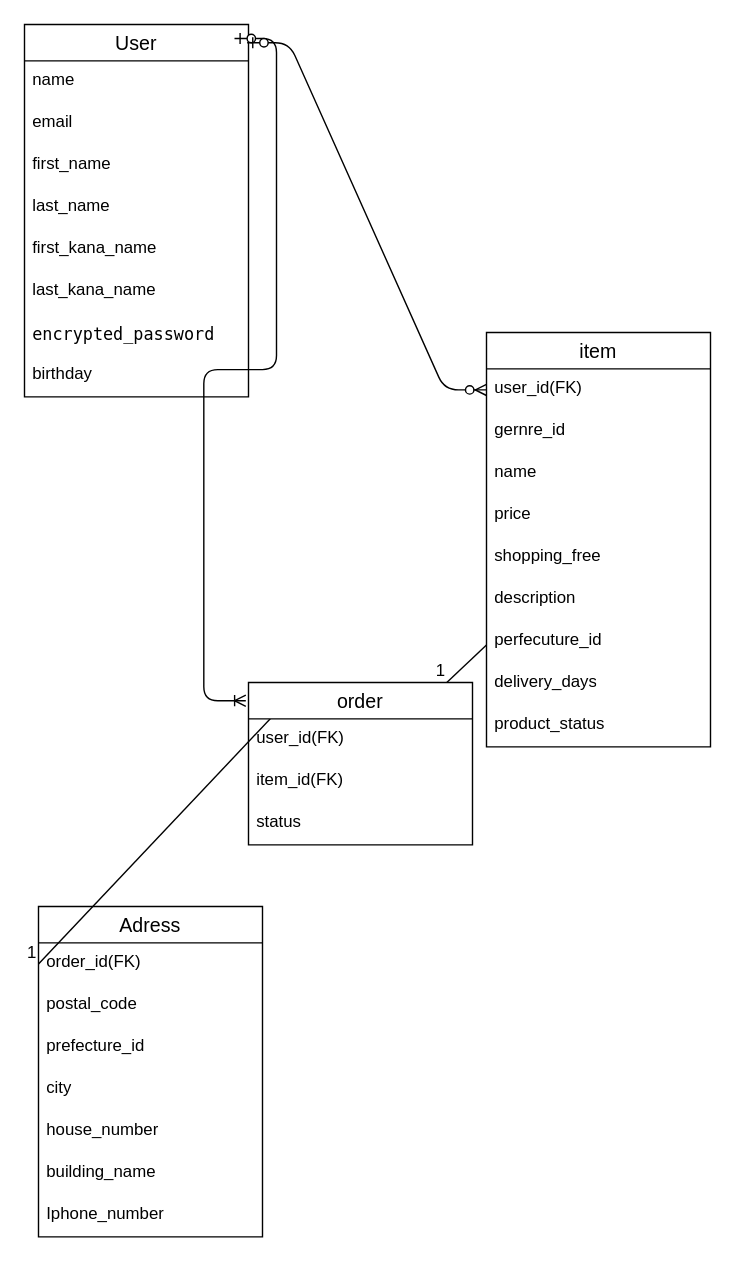
The draw.io diagram furima.dio in hirowood/furima-41960, before the edit. Source tidied: cells renumbered, new cells numbered last; positions are measured from the earlier drawing's top-left corner, leaving out a move shared by most shapes. Both pictures are drawn from the tidied source at 140%, with x=0, y=0 at pixel (24, 24).
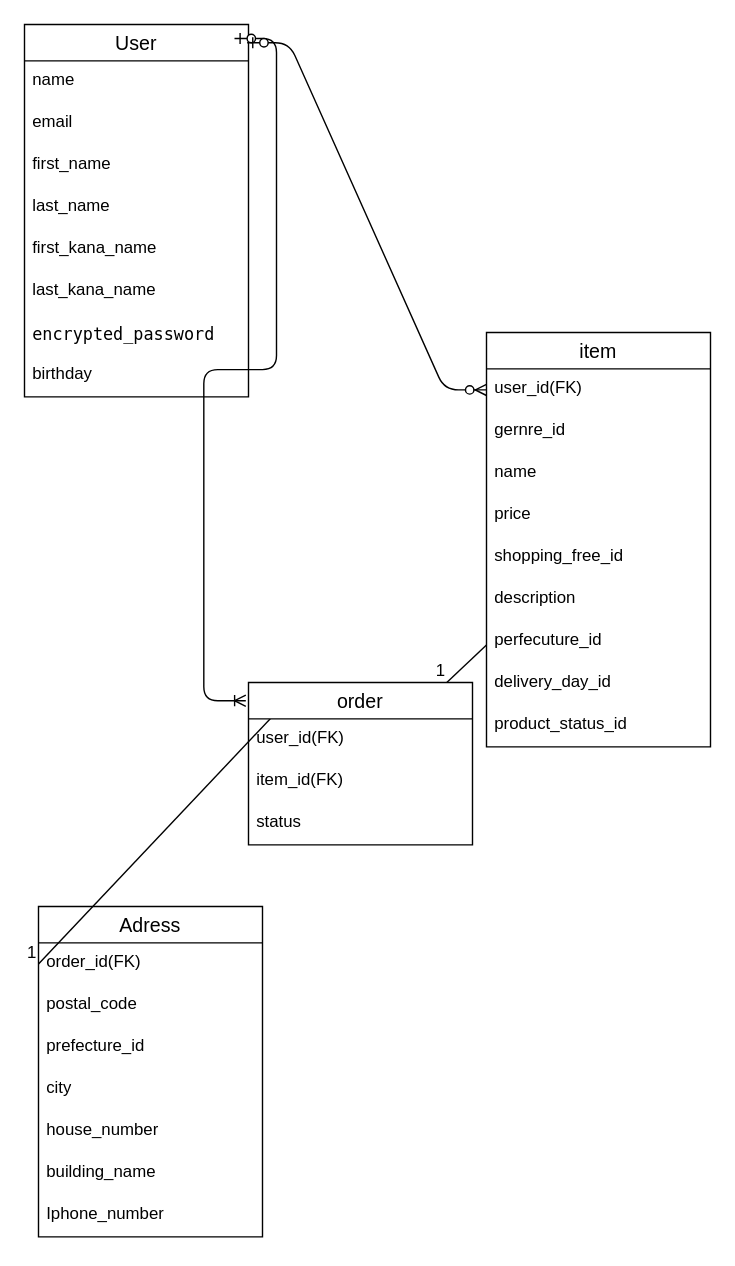
Above is the later version.

Unchanged cells that the change refers to:
```xml
<mxCell id="22" value="item" style="swimlane;fontStyle=0;horizontal=1;startSize=26;align=center;fontSize=14;" parent="1" vertex="1">
  <mxGeometry x="330" y="220" width="160" height="296" as="geometry" />
</mxCell>
```

The edit, as a diff of the source:
```diff
@@
-    <mxCell id="27" value="shopping_free" style="text;strokeColor=none;fillColor=none;spacingLeft=4;spacingRight=4;overflow=hidden;fontSize=12;whiteSpace=wrap;html=1;" parent="22" vertex="1">
+    <mxCell id="27" value="shopping_free_id" style="text;strokeColor=none;fillColor=none;spacingLeft=4;spacingRight=4;overflow=hidden;fontSize=12;whiteSpace=wrap;html=1;" parent="22" vertex="1">
       <mxGeometry y="146" width="160" height="30" as="geometry" />
     </mxCell>
@@
-    <mxCell id="30" value="delivery_days" style="text;strokeColor=none;fillColor=none;spacingLeft=4;spacingRight=4;overflow=hidden;fontSize=12;whiteSpace=wrap;html=1;" parent="22" vertex="1">
+    <mxCell id="30" value="delivery_day_id" style="text;strokeColor=none;fillColor=none;spacingLeft=4;spacingRight=4;overflow=hidden;fontSize=12;whiteSpace=wrap;html=1;" parent="22" vertex="1">
       <mxGeometry y="236" width="160" height="30" as="geometry" />
     </mxCell>
-    <mxCell id="31" value="product_status" style="text;strokeColor=none;fillColor=none;spacingLeft=4;spacingRight=4;overflow=hidden;fontSize=12;whiteSpace=wrap;html=1;" parent="22" vertex="1">
+    <mxCell id="31" value="product_status_id" style="text;strokeColor=none;fillColor=none;spacingLeft=4;spacingRight=4;overflow=hidden;fontSize=12;whiteSpace=wrap;html=1;" parent="22" vertex="1">
       <mxGeometry y="266" width="160" height="30" as="geometry" />
     </mxCell>
```
